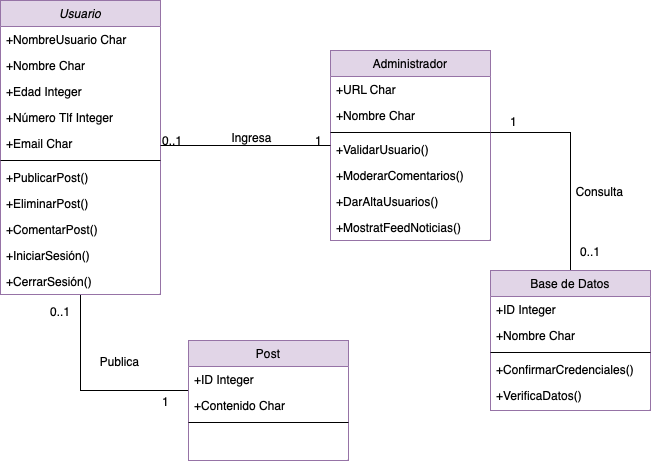
nicholelouis/ETS keeps this draw.io diagram as diagramas/red_social.drawio.png. Above is the earlier version. Source tidied: cells renumbered, new cells last; positions are measured from the earlier drawing's top-left corner, leaving out a move shared by most shapes.
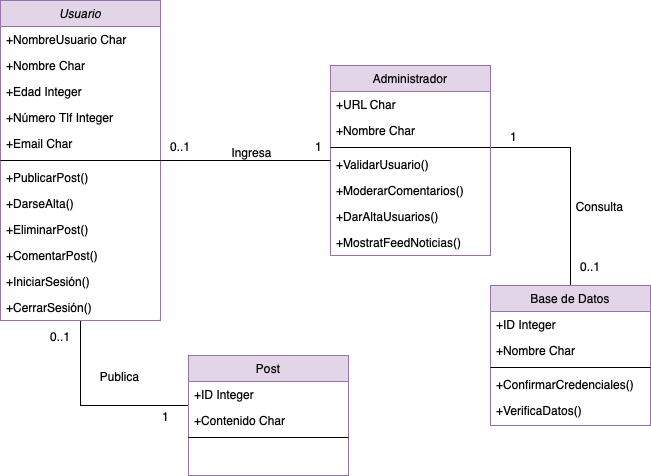
After the commit.

The edit, as a diff of the source:
```diff
@@ -10,7 +10,7 @@
       </mxGeometry>
     </mxCell>
     <mxCell id="3" value="Usuario" style="swimlane;fontStyle=2;align=center;verticalAlign=top;horizontal=1;startSize=26;rounded=0;shadow=0;strokeWidth=1;fillColor=#e1d5e7;strokeColor=#9673a6;" parent="1" vertex="1">
-      <mxGeometry width="160" height="294" as="geometry" />
+      <mxGeometry y="-15" width="160" height="320" as="geometry" />
     </mxCell>
     <mxCell id="4" value="+NombreUsuario Char" style="text;align=left;verticalAlign=top;spacingLeft=4;spacingRight=4;overflow=hidden;" parent="3" vertex="1">
       <mxGeometry y="26" width="160" height="26" as="geometry" />
@@ -33,17 +33,20 @@
     <mxCell id="10" value="+PublicarPost()" style="text;align=left;verticalAlign=top;spacingLeft=4;spacingRight=4;overflow=hidden;" parent="3" vertex="1">
       <mxGeometry y="164" width="160" height="26" as="geometry" />
     </mxCell>
+    <mxCell id="44" value="+DarseAlta()" style="text;align=left;verticalAlign=top;spacingLeft=4;spacingRight=4;overflow=hidden;" parent="3" vertex="1">
+      <mxGeometry y="190" width="160" height="26" as="geometry" />
+    </mxCell>
     <mxCell id="11" value="+EliminarPost()" style="text;align=left;verticalAlign=top;spacingLeft=4;spacingRight=4;overflow=hidden;" parent="3" vertex="1">
-      <mxGeometry y="190" width="160" height="26" as="geometry" />
+      <mxGeometry y="216" width="160" height="26" as="geometry" />
     </mxCell>
     <mxCell id="12" value="+ComentarPost()" style="text;align=left;verticalAlign=top;spacingLeft=4;spacingRight=4;overflow=hidden;" parent="3" vertex="1">
-      <mxGeometry y="216" width="160" height="26" as="geometry" />
+      <mxGeometry y="242" width="160" height="26" as="geometry" />
     </mxCell>
     <mxCell id="13" value="+IniciarSesión()" style="text;align=left;verticalAlign=top;spacingLeft=4;spacingRight=4;overflow=hidden;" parent="3" vertex="1">
-      <mxGeometry y="242" width="160" height="26" as="geometry" />
+      <mxGeometry y="268" width="160" height="26" as="geometry" />
     </mxCell>
     <mxCell id="14" value="+CerrarSesión()" style="text;align=left;verticalAlign=top;spacingLeft=4;spacingRight=4;overflow=hidden;" parent="3" vertex="1">
-      <mxGeometry y="268" width="160" height="26" as="geometry" />
+      <mxGeometry y="294" width="160" height="26" as="geometry" />
     </mxCell>
     <mxCell id="15" value="Post" style="swimlane;fontStyle=0;align=center;verticalAlign=top;horizontal=1;startSize=26;rounded=0;shadow=0;strokeWidth=1;fillColor=#e1d5e7;strokeColor=#9673a6;" parent="1" vertex="1">
       <mxGeometry x="188" y="340" width="160" height="120" as="geometry" />
@@ -95,12 +98,12 @@
     </mxCell>
     <mxCell id="29" value="0..1" style="align=left;verticalAlign=bottom;labelBackgroundColor=none;fontSize=12;" parent="28" vertex="1">
       <mxGeometry x="-1" relative="1" as="geometry">
-        <mxPoint y="4" as="offset" />
+        <mxPoint x="8" y="-5" as="offset" />
       </mxGeometry>
     </mxCell>
     <mxCell id="30" value="1" style="align=right;verticalAlign=bottom;labelBackgroundColor=none;fontSize=12;" parent="28" vertex="1">
       <mxGeometry x="1" relative="1" as="geometry">
-        <mxPoint x="-7" y="4" as="offset" />
+        <mxPoint x="-7" y="-5" as="offset" />
       </mxGeometry>
     </mxCell>
     <mxCell id="31" value="Ingresa" style="text;html=1;align=center;verticalAlign=middle;labelBackgroundColor=none;rounded=0;shadow=0;strokeWidth=1;fontSize=12;" parent="28" vertex="1">
@@ -127,7 +130,7 @@
       <mxGeometry y="112" width="160" height="26" as="geometry" />
     </mxCell>
     <mxCell id="38" value="0..1" style="align=left;verticalAlign=bottom;labelBackgroundColor=none;fontSize=12;" parent="1" vertex="1">
-      <mxGeometry x="48" y="320" as="geometry" />
+      <mxGeometry x="48" y="330" as="geometry" />
     </mxCell>
     <mxCell id="39" value="1" style="align=left;verticalAlign=bottom;labelBackgroundColor=none;fontSize=12;" parent="1" vertex="1">
       <mxGeometry x="160" y="410" as="geometry" />
```
